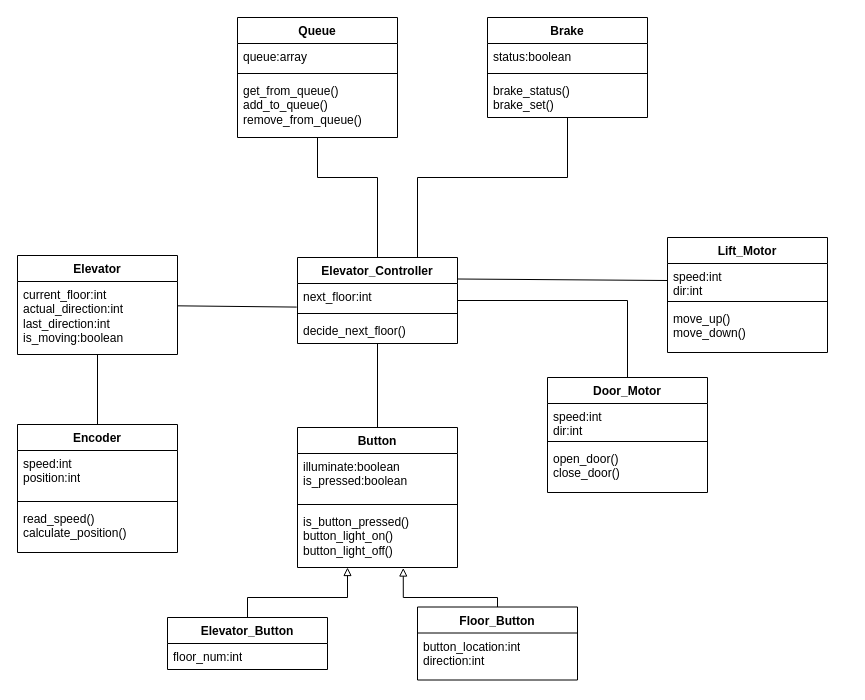
This is Documents/UMLDiagramElevator.drawio from johannesKringlen/MAS246_Project, a draw.io file, before an edit. Source tidied: cells renumbered, new cells numbered last; positions are measured from the earlier drawing's top-left corner, leaving out a move shared by most shapes. Both pictures are drawn from the tidied source at 100%, with x=0, y=0 at pixel (17, 17).
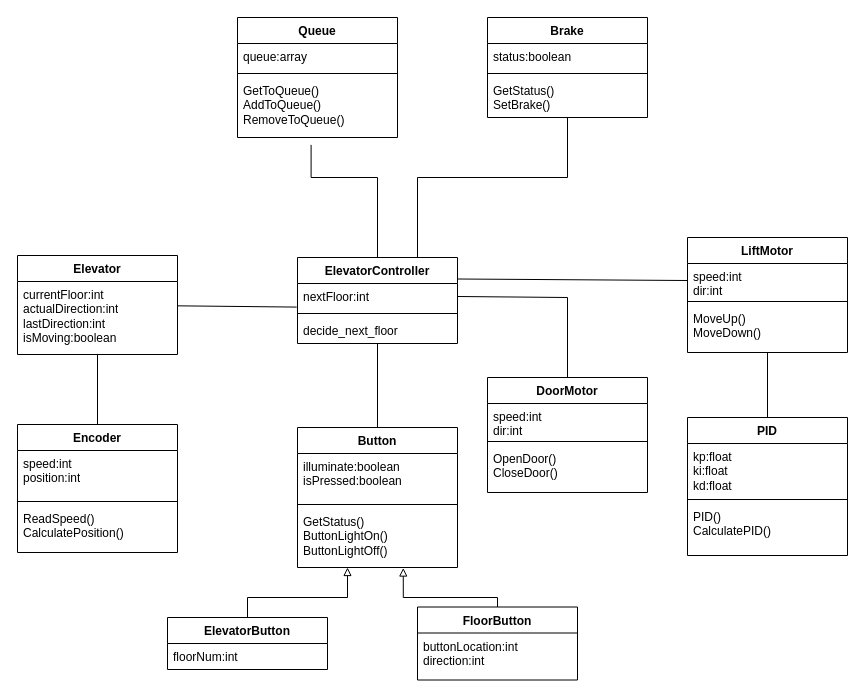
The same diagram, later.

Unchanged cells that the change refers to:
```xml
<mxCell id="9" value="Button" style="swimlane;fontStyle=1;align=center;verticalAlign=top;horizontal=1;startSize=26;whiteSpace=wrap;html=1;" parent="1" vertex="1">
  <mxGeometry x="280" y="410" width="160" height="140" as="geometry" />
</mxCell>
<mxCell id="28" value="Elevator" style="swimlane;fontStyle=1;align=center;verticalAlign=top;horizontal=1;startSize=26;whiteSpace=wrap;html=1;" parent="1" vertex="1">
  <mxGeometry y="238" width="160" height="99" as="geometry" />
</mxCell>
<mxCell id="31" value="Encoder" style="swimlane;fontStyle=1;align=center;verticalAlign=top;horizontal=1;startSize=26;whiteSpace=wrap;html=1;" parent="1" vertex="1">
  <mxGeometry y="407" width="160" height="128" as="geometry" />
</mxCell>
<mxCell id="35" value="Queue" style="swimlane;fontStyle=1;align=center;verticalAlign=top;horizontal=1;startSize=26;whiteSpace=wrap;html=1;" parent="1" vertex="1">
  <mxGeometry x="220" width="160" height="120" as="geometry" />
</mxCell>
<mxCell id="40" value="Brake" style="swimlane;fontStyle=1;align=center;verticalAlign=top;horizontal=1;startSize=26;whiteSpace=wrap;html=1;" parent="1" vertex="1">
  <mxGeometry x="470" width="160" height="100" as="geometry" />
</mxCell>
```

Diff of the diagram source:
```diff
@@
-    <mxCell id="3" value="Elevator_Controller" style="swimlane;fontStyle=1;align=center;verticalAlign=top;horizontal=1;startSize=26;whiteSpace=wrap;html=1;" parent="1" vertex="1">
+    <mxCell id="3" value="ElevatorController" style="swimlane;fontStyle=1;align=center;verticalAlign=top;horizontal=1;startSize=26;whiteSpace=wrap;html=1;" parent="1" vertex="1">
       <mxGeometry x="280" y="240" width="160" height="86" as="geometry" />
     </mxCell>
-    <mxCell id="4" value="next_floor:int" style="text;strokeColor=none;fillColor=none;align=left;verticalAlign=top;spacingLeft=4;spacingRight=4;overflow=hidden;points=[[0,0.5],[1,0.5]];portConstraint=eastwest;whiteSpace=wrap;html=1;" parent="3" vertex="1">
+    <mxCell id="4" value="nextFloor:int" style="text;strokeColor=none;fillColor=none;align=left;verticalAlign=top;spacingLeft=4;spacingRight=4;overflow=hidden;points=[[0,0.5],[1,0.5]];portConstraint=eastwest;whiteSpace=wrap;html=1;" parent="3" vertex="1">
       <mxGeometry y="26" width="160" height="26" as="geometry" />
     </mxCell>
@@
-    <mxCell id="6" value="decide_next_floor()" style="text;strokeColor=none;fillColor=none;align=left;verticalAlign=top;spacingLeft=4;spacingRight=4;overflow=hidden;whiteSpace=wrap;html=1;" parent="3" vertex="1">
+    <mxCell id="6" value="decide_next_floor" style="text;strokeColor=none;fillColor=none;align=left;verticalAlign=top;spacingLeft=4;spacingRight=4;overflow=hidden;whiteSpace=wrap;html=1;" parent="3" vertex="1">
       <mxGeometry y="60" width="160" height="26" as="geometry" />
     </mxCell>
@@
-    <mxCell id="10" value="illuminate:boolean&lt;div&gt;is_pressed:boolean&lt;/div&gt;" style="text;strokeColor=none;fillColor=none;align=left;verticalAlign=top;spacingLeft=4;spacingRight=4;overflow=hidden;whiteSpace=wrap;html=1;" parent="9" vertex="1">
+    <mxCell id="10" value="illuminate:boolean&lt;div&gt;isPressed:boolean&lt;/div&gt;" style="text;strokeColor=none;fillColor=none;align=left;verticalAlign=top;spacingLeft=4;spacingRight=4;overflow=hidden;whiteSpace=wrap;html=1;" parent="9" vertex="1">
       <mxGeometry y="26" width="160" height="47" as="geometry" />
     </mxCell>
@@
-    <mxCell id="12" value="is_button_pressed()&lt;div&gt;button_light_on()&lt;/div&gt;&lt;div&gt;button_light_off()&lt;/div&gt;" style="text;strokeColor=none;fillColor=none;align=left;verticalAlign=top;spacingLeft=4;spacingRight=4;overflow=hidden;points=[[0,0.5],[1,0.5]];portConstraint=eastwest;whiteSpace=wrap;html=1;" parent="9" vertex="1">
+    <mxCell id="12" value="GetStatus()&lt;div&gt;ButtonLightOn()&lt;/div&gt;&lt;div&gt;ButtonLightOff()&lt;/div&gt;" style="text;strokeColor=none;fillColor=none;align=left;verticalAlign=top;spacingLeft=4;spacingRight=4;overflow=hidden;points=[[0,0.5],[1,0.5]];portConstraint=eastwest;whiteSpace=wrap;html=1;" parent="9" vertex="1">
       <mxGeometry y="81" width="160" height="59" as="geometry" />
     </mxCell>
-    <mxCell id="13" value="Elevator_Button" style="swimlane;fontStyle=1;align=center;verticalAlign=top;horizontal=1;startSize=26;whiteSpace=wrap;html=1;" parent="1" vertex="1">
+    <mxCell id="13" value="ElevatorButton" style="swimlane;fontStyle=1;align=center;verticalAlign=top;horizontal=1;startSize=26;whiteSpace=wrap;html=1;" parent="1" vertex="1">
       <mxGeometry x="150" y="600" width="160" height="52" as="geometry" />
     </mxCell>
-    <mxCell id="14" value="floor_num:int" style="text;strokeColor=none;fillColor=none;align=left;verticalAlign=top;spacingLeft=4;spacingRight=4;overflow=hidden;whiteSpace=wrap;html=1;" parent="13" vertex="1">
+    <mxCell id="14" value="floorNum:int" style="text;strokeColor=none;fillColor=none;align=left;verticalAlign=top;spacingLeft=4;spacingRight=4;overflow=hidden;whiteSpace=wrap;html=1;" parent="13" vertex="1">
       <mxGeometry y="26" width="160" height="26" as="geometry" />
     </mxCell>
-    <mxCell id="15" value="Floor_Button" style="swimlane;fontStyle=1;align=center;verticalAlign=top;horizontal=1;startSize=26;whiteSpace=wrap;html=1;" parent="1" vertex="1">
+    <mxCell id="15" value="FloorButton" style="swimlane;fontStyle=1;align=center;verticalAlign=top;horizontal=1;startSize=26;whiteSpace=wrap;html=1;" parent="1" vertex="1">
       <mxGeometry x="400" y="589.5" width="160" height="73" as="geometry" />
     </mxCell>
-    <mxCell id="16" value="button_location:int&lt;div&gt;direction:int&lt;/div&gt;" style="text;strokeColor=none;fillColor=none;align=left;verticalAlign=top;spacingLeft=4;spacingRight=4;overflow=hidden;whiteSpace=wrap;html=1;" parent="15" vertex="1">
+    <mxCell id="16" value="buttonLocation:int&lt;div&gt;direction:int&lt;/div&gt;" style="text;strokeColor=none;fillColor=none;align=left;verticalAlign=top;spacingLeft=4;spacingRight=4;overflow=hidden;whiteSpace=wrap;html=1;" parent="15" vertex="1">
       <mxGeometry y="26" width="160" height="47" as="geometry" />
     </mxCell>
-    <mxCell id="17" style="edgeStyle=none;rounded=0;jettySize=auto;html=1;entryX=1;entryY=0.5;entryDx=0;entryDy=0;endArrow=none;endFill=0;" parent="1" edge="1" source="18" target="3">
+    <mxCell id="17" style="edgeStyle=none;rounded=0;jettySize=auto;html=1;entryX=1;entryY=0.5;entryDx=0;entryDy=0;endArrow=none;endFill=0;" parent="1" edge="1" source="18" target="4">
       <mxGeometry relative="1" as="geometry">
         <Array as="points">
-          <mxPoint x="610" y="283" />
+          <mxPoint x="550" y="280" />
         </Array>
       </mxGeometry>
     </mxCell>
-    <mxCell id="18" value="Door_Motor" style="swimlane;fontStyle=1;align=center;verticalAlign=top;horizontal=1;startSize=26;whiteSpace=wrap;html=1;" parent="1" vertex="1">
-      <mxGeometry x="530" y="360" width="160" height="115" as="geometry" />
+    <mxCell id="18" value="DoorMotor" style="swimlane;fontStyle=1;align=center;verticalAlign=top;horizontal=1;startSize=26;whiteSpace=wrap;html=1;" parent="1" vertex="1">
+      <mxGeometry x="470" y="360" width="160" height="115" as="geometry" />
     </mxCell>
@@
-    <mxCell id="21" value="open_door()&lt;div&gt;close_door()&lt;/div&gt;" style="text;strokeColor=none;fillColor=none;align=left;verticalAlign=top;spacingLeft=4;spacingRight=4;overflow=hidden;whiteSpace=wrap;html=1;" parent="18" vertex="1">
+    <mxCell id="21" value="OpenDoor()&lt;div&gt;CloseDoor()&lt;/div&gt;" style="text;strokeColor=none;fillColor=none;align=left;verticalAlign=top;spacingLeft=4;spacingRight=4;overflow=hidden;whiteSpace=wrap;html=1;" parent="18" vertex="1">
       <mxGeometry y="68" width="160" height="47" as="geometry" />
     </mxCell>
+    <mxCell id="45" style="edgeStyle=orthogonalEdgeStyle;rounded=0;jettySize=auto;html=1;exitX=0.5;exitY=1;exitDx=0;exitDy=0;entryX=0.5;entryY=0;entryDx=0;entryDy=0;endArrow=none;endFill=0;" parent="1" edge="1" source="22" target="46">
+      <mxGeometry relative="1" as="geometry" />
+    </mxCell>
-    <mxCell id="22" value="Lift_Motor" style="swimlane;fontStyle=1;align=center;verticalAlign=top;horizontal=1;startSize=26;whiteSpace=wrap;html=1;" parent="1" vertex="1">
-      <mxGeometry x="650" y="220" width="160" height="115" as="geometry" />
+    <mxCell id="22" value="LiftMotor" style="swimlane;fontStyle=1;align=center;verticalAlign=top;horizontal=1;startSize=26;whiteSpace=wrap;html=1;" parent="1" vertex="1">
+      <mxGeometry x="670" y="220" width="160" height="115" as="geometry" />
     </mxCell>
@@
-    <mxCell id="25" value="move_up()&lt;div&gt;move_down()&lt;/div&gt;" style="text;strokeColor=none;fillColor=none;align=left;verticalAlign=top;spacingLeft=4;spacingRight=4;overflow=hidden;whiteSpace=wrap;html=1;" parent="22" vertex="1">
+    <mxCell id="25" value="MoveUp()&lt;div&gt;MoveDown()&lt;/div&gt;" style="text;strokeColor=none;fillColor=none;align=left;verticalAlign=top;spacingLeft=4;spacingRight=4;overflow=hidden;whiteSpace=wrap;html=1;" parent="22" vertex="1">
       <mxGeometry y="68" width="160" height="47" as="geometry" />
     </mxCell>
@@
-    <mxCell id="29" value="current_floor:int&lt;div&gt;actual_direction:int&lt;/div&gt;&lt;div&gt;last_direction:int&lt;/div&gt;&lt;div&gt;is_moving:boolean&lt;/div&gt;" style="text;strokeColor=none;fillColor=none;align=left;verticalAlign=top;spacingLeft=4;spacingRight=4;overflow=hidden;whiteSpace=wrap;html=1;" parent="28" vertex="1">
+    <mxCell id="29" value="currentFloor:int&lt;div&gt;actualDirection:int&lt;/div&gt;&lt;div&gt;lastDirection:int&lt;/div&gt;&lt;div&gt;isMoving:boolean&lt;/div&gt;" style="text;strokeColor=none;fillColor=none;align=left;verticalAlign=top;spacingLeft=4;spacingRight=4;overflow=hidden;whiteSpace=wrap;html=1;" parent="28" vertex="1">
       <mxGeometry y="26" width="160" height="73" as="geometry" />
     </mxCell>
@@
-    <mxCell id="34" value="read_speed()&lt;div&gt;calculate_position()&lt;/div&gt;" style="text;strokeColor=none;fillColor=none;align=left;verticalAlign=top;spacingLeft=4;spacingRight=4;overflow=hidden;whiteSpace=wrap;html=1;" parent="31" vertex="1">
+    <mxCell id="34" value="ReadSpeed()&lt;div&gt;CalculatePosition()&lt;/div&gt;" style="text;strokeColor=none;fillColor=none;align=left;verticalAlign=top;spacingLeft=4;spacingRight=4;overflow=hidden;whiteSpace=wrap;html=1;" parent="31" vertex="1">
       <mxGeometry y="81" width="160" height="47" as="geometry" />
     </mxCell>
@@
-    <mxCell id="38" value="get_from_queue()&lt;div&gt;add&lt;span style=&quot;background-color: transparent; color: light-dark(rgb(0, 0, 0), rgb(255, 255, 255));&quot;&gt;_to_queue&lt;/span&gt;&lt;span style=&quot;background-color: transparent; color: light-dark(rgb(0, 0, 0), rgb(255, 255, 255));&quot;&gt;()&lt;/span&gt;&lt;/div&gt;&lt;div&gt;remove&lt;span style=&quot;background-color: transparent; color: light-dark(rgb(0, 0, 0), rgb(255, 255, 255));&quot;&gt;_from_queue&lt;/span&gt;&lt;span style=&quot;background-color: transparent; color: light-dark(rgb(0, 0, 0), rgb(255, 255, 255));&quot;&gt;()&lt;/span&gt;&lt;/div&gt;" style="text;strokeColor=none;fillColor=none;align=left;verticalAlign=top;spacingLeft=4;spacingRight=4;overflow=hidden;points=[[0,0.5],[1,0.5]];portConstraint=eastwest;whiteSpace=wrap;html=1;" parent="35" vertex="1">
+    <mxCell id="38" value="GetToQueue()&lt;div&gt;Add&lt;span style=&quot;background-color: transparent; color: light-dark(rgb(0, 0, 0), rgb(255, 255, 255));&quot;&gt;ToQueue&lt;/span&gt;&lt;span style=&quot;background-color: transparent; color: light-dark(rgb(0, 0, 0), rgb(255, 255, 255));&quot;&gt;()&lt;/span&gt;&lt;/div&gt;&lt;div&gt;Remove&lt;span style=&quot;background-color: transparent; color: light-dark(rgb(0, 0, 0), rgb(255, 255, 255));&quot;&gt;ToQueue&lt;/span&gt;&lt;span style=&quot;background-color: transparent; color: light-dark(rgb(0, 0, 0), rgb(255, 255, 255));&quot;&gt;()&lt;/span&gt;&lt;/div&gt;" style="text;strokeColor=none;fillColor=none;align=left;verticalAlign=top;spacingLeft=4;spacingRight=4;overflow=hidden;points=[[0,0.5],[1,0.5]];portConstraint=eastwest;whiteSpace=wrap;html=1;" parent="35" vertex="1">
       <mxGeometry y="60" width="160" height="60" as="geometry" />
     </mxCell>
@@
-    <mxCell id="43" value="brake_status()&lt;div&gt;brake_set()&lt;/div&gt;" style="text;strokeColor=none;fillColor=none;align=left;verticalAlign=top;spacingLeft=4;spacingRight=4;overflow=hidden;whiteSpace=wrap;html=1;" parent="40" vertex="1">
+    <mxCell id="43" value="GetStatus()&lt;div&gt;SetBrake()&lt;/div&gt;" style="text;strokeColor=none;fillColor=none;align=left;verticalAlign=top;spacingLeft=4;spacingRight=4;overflow=hidden;whiteSpace=wrap;html=1;" parent="40" vertex="1">
       <mxGeometry y="60" width="160" height="40" as="geometry" />
     </mxCell>
-    <mxCell id="44" style="edgeStyle=none;rounded=0;jettySize=auto;html=1;entryX=0.5;entryY=1;entryDx=0;entryDy=0;endArrow=none;endFill=0;" parent="1" edge="1" source="3" target="35">
+    <mxCell id="44" style="edgeStyle=none;rounded=0;jettySize=auto;html=1;entryX=0.46;entryY=1.123;entryDx=0;entryDy=0;entryPerimeter=0;endArrow=none;endFill=0;" parent="1" edge="1" source="3" target="38">
       <mxGeometry relative="1" as="geometry">
         <Array as="points">
           <mxPoint x="360" y="160" />
-          <mxPoint x="300" y="160" />
+          <mxPoint x="293.6" y="160" />
         </Array>
       </mxGeometry>
     </mxCell>
+    <mxCell id="46" value="PID" style="swimlane;fontStyle=1;align=center;verticalAlign=top;horizontal=1;startSize=26;whiteSpace=wrap;html=1;" parent="1" vertex="1">
+      <mxGeometry x="670" y="400" width="160" height="138" as="geometry" />
+    </mxCell>
+    <mxCell id="47" value="kp:float&lt;div&gt;ki:float&lt;/div&gt;&lt;div&gt;kd:float&lt;/div&gt;" style="text;strokeColor=none;fillColor=none;align=left;verticalAlign=top;spacingLeft=4;spacingRight=4;overflow=hidden;whiteSpace=wrap;html=1;" parent="46" vertex="1">
+      <mxGeometry y="26" width="160" height="52" as="geometry" />
+    </mxCell>
+    <mxCell id="48" style="line;strokeWidth=1;fillColor=none;align=left;verticalAlign=middle;spacingTop=-1;spacingLeft=3;spacingRight=3;labelPosition=right;strokeColor=inherit;" parent="46" vertex="1">
+      <mxGeometry y="78" width="160" height="8" as="geometry" />
+    </mxCell>
+    <mxCell id="49" value="PID()&lt;div&gt;CalculatePID()&lt;/div&gt;" style="text;strokeColor=none;fillColor=none;align=left;verticalAlign=top;spacingLeft=4;spacingRight=4;overflow=hidden;whiteSpace=wrap;html=1;" parent="46" vertex="1">
+      <mxGeometry y="86" width="160" height="52" as="geometry" />
+    </mxCell>
```
